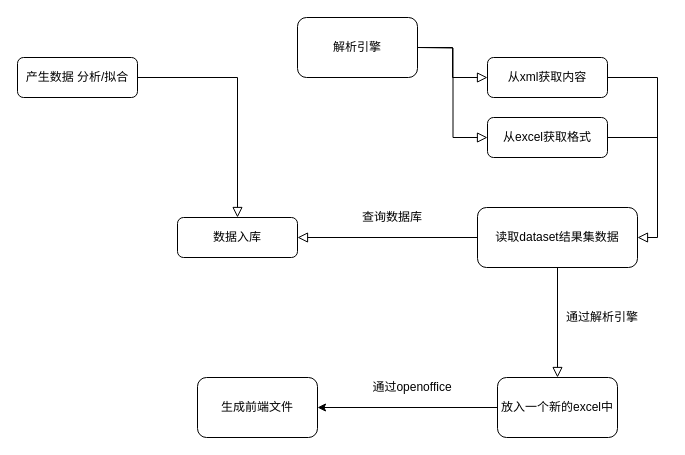
Before: Untitled Diagram.drawio in qq626928331/hello-world, a draw.io diagram. Source tidied: cells renumbered, new cells numbered last; positions are measured from the earlier drawing's top-left corner, leaving out a move shared by most shapes. Both pictures are drawn from the tidied source at 100%, with x=0, y=0 at pixel (17, 17).
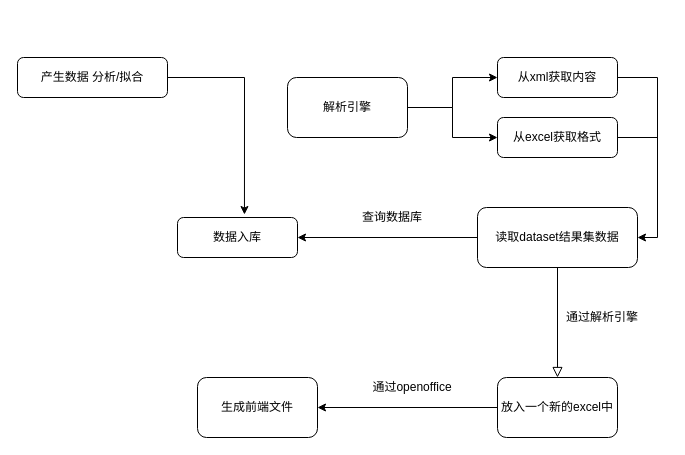
The same diagram, later.

Unchanged cells that the change refers to:
```xml
<mxCell id="4" value="数据入库" style="rounded=1;whiteSpace=wrap;html=1;" parent="1" vertex="1">
  <mxGeometry x="160" y="200" width="120" height="40" as="geometry" />
</mxCell>
<mxCell id="5" value="读取dataset结果集数据" style="rounded=1;whiteSpace=wrap;html=1;" parent="1" vertex="1">
  <mxGeometry x="460" y="190" width="160" height="60" as="geometry" />
</mxCell>
```

The edit, as a diff of the source:
```diff
@@
-    <mxCell id="2" style="rounded=0;html=1;jettySize=auto;fontSize=11;endArrow=block;endFill=0;endSize=8;strokeWidth=1;shadow=0;labelBackgroundColor=none;edgeStyle=orthogonalEdgeStyle;" parent="1" edge="1" source="3" target="4">
+    <mxCell id="2" style="edgeStyle=orthogonalEdgeStyle;rounded=0;jettySize=auto;html=1;entryX=0.558;entryY=-0.075;entryDx=0;entryDy=0;entryPerimeter=0;" parent="1" edge="1" source="3" target="4">
       <mxGeometry relative="1" as="geometry" />
     </mxCell>
     <mxCell id="3" value="产生数据 分析/拟合" style="rounded=1;whiteSpace=wrap;html=1;fontSize=12;glass=0;strokeWidth=1;shadow=0;" parent="1" vertex="1">
-      <mxGeometry y="40" width="120" height="40" as="geometry" />
+      <mxGeometry y="40" width="150" height="40" as="geometry" />
     </mxCell>
@@
+    <mxCell id="12" style="edgeStyle=orthogonalEdgeStyle;rounded=0;jettySize=auto;html=1;entryX=1;entryY=0.5;entryDx=0;entryDy=0;" parent="1" edge="1" source="5" target="4">
+      <mxGeometry relative="1" as="geometry" />
+    </mxCell>
@@
     <mxCell id="6" value="从xml获取内容" style="rounded=1;whiteSpace=wrap;html=1;" parent="1" vertex="1">
-      <mxGeometry x="470" y="40" width="120" height="40" as="geometry" />
+      <mxGeometry x="480" y="40" width="120" height="40" as="geometry" />
     </mxCell>
+    <mxCell id="21" style="edgeStyle=orthogonalEdgeStyle;rounded=0;jettySize=auto;html=1;entryX=1;entryY=0.5;entryDx=0;entryDy=0;exitX=1;exitY=0.5;exitDx=0;exitDy=0;" parent="1" edge="1" source="7" target="5">
+      <mxGeometry relative="1" as="geometry" />
+    </mxCell>
     <mxCell id="7" value="从excel获取格式" style="rounded=1;whiteSpace=wrap;html=1;" parent="1" vertex="1">
-      <mxGeometry x="470" y="100" width="120" height="40" as="geometry" />
+      <mxGeometry x="480" y="100" width="120" height="40" as="geometry" />
     </mxCell>
-    <mxCell id="8" style="rounded=0;html=1;jettySize=auto;fontSize=11;endArrow=block;endFill=0;endSize=8;strokeWidth=1;shadow=0;labelBackgroundColor=none;edgeStyle=orthogonalEdgeStyle;entryX=0;entryY=0.5;entryDx=0;entryDy=0;" parent="1" edge="1" target="7">
-      <mxGeometry relative="1" as="geometry">
-        <mxPoint x="400" y="30" as="sourcePoint" />
-      </mxGeometry>
-    </mxCell>
-    <mxCell id="9" style="rounded=0;html=1;jettySize=auto;fontSize=11;endArrow=block;endFill=0;endSize=8;strokeWidth=1;shadow=0;labelBackgroundColor=none;edgeStyle=orthogonalEdgeStyle;entryX=0;entryY=0.5;entryDx=0;entryDy=0;exitX=1;exitY=0.5;exitDx=0;exitDy=0;" parent="1" edge="1" source="13" target="6">
+    <mxCell id="9" style="edgeStyle=orthogonalEdgeStyle;rounded=0;jettySize=auto;html=1;entryX=0;entryY=0.5;entryDx=0;entryDy=0;" parent="1" edge="1" source="13" target="6">
       <mxGeometry relative="1" as="geometry" />
     </mxCell>
-    <mxCell id="10" style="rounded=0;html=1;jettySize=auto;fontSize=11;endArrow=block;endFill=0;endSize=8;strokeWidth=1;shadow=0;labelBackgroundColor=none;edgeStyle=orthogonalEdgeStyle;exitX=1;exitY=0.5;exitDx=0;exitDy=0;entryX=1;entryY=0.5;entryDx=0;entryDy=0;" parent="1" edge="1" source="6" target="5">
-      <mxGeometry relative="1" as="geometry" />
-    </mxCell>
-    <mxCell id="11" style="endArrow=none;html=1;exitX=1;exitY=0.5;exitDx=0;exitDy=0;" parent="1" edge="1" source="7">
-      <mxGeometry relative="1" as="geometry">
-        <mxPoint x="640" y="120" as="targetPoint" />
-      </mxGeometry>
-    </mxCell>
-    <mxCell id="12" style="rounded=0;html=1;jettySize=auto;fontSize=11;endArrow=block;endFill=0;endSize=8;strokeWidth=1;shadow=0;labelBackgroundColor=none;edgeStyle=orthogonalEdgeStyle;entryX=1;entryY=0.5;entryDx=0;entryDy=0;exitX=0;exitY=0.5;exitDx=0;exitDy=0;" parent="1" edge="1" source="5" target="4">
-      <mxGeometry relative="1" as="geometry" />
-    </mxCell>
+    <mxCell id="22" style="edgeStyle=orthogonalEdgeStyle;rounded=0;jettySize=auto;html=1;entryX=0;entryY=0.5;entryDx=0;entryDy=0;" parent="1" edge="1" source="13" target="7">
+      <mxGeometry relative="1" as="geometry" />
+    </mxCell>
     <mxCell id="13" value="解析引擎" style="rounded=1;whiteSpace=wrap;html=1;" parent="1" vertex="1">
-      <mxGeometry x="280" width="120" height="60" as="geometry" />
+      <mxGeometry x="270" y="60" width="120" height="60" as="geometry" />
     </mxCell>
@@
+    <mxCell id="23" style="endArrow=none;html=1;" parent="1" edge="1">
+      <mxGeometry relative="1" as="geometry">
+        <mxPoint x="600" y="60" as="sourcePoint" />
+        <mxPoint x="640" y="60" as="targetPoint" />
+      </mxGeometry>
+    </mxCell>
+    <mxCell id="24" style="endArrow=none;html=1;" parent="1" edge="1">
+      <mxGeometry relative="1" as="geometry">
+        <mxPoint x="640" y="60" as="sourcePoint" />
+        <mxPoint x="640" y="180" as="targetPoint" />
+      </mxGeometry>
+    </mxCell>
```
